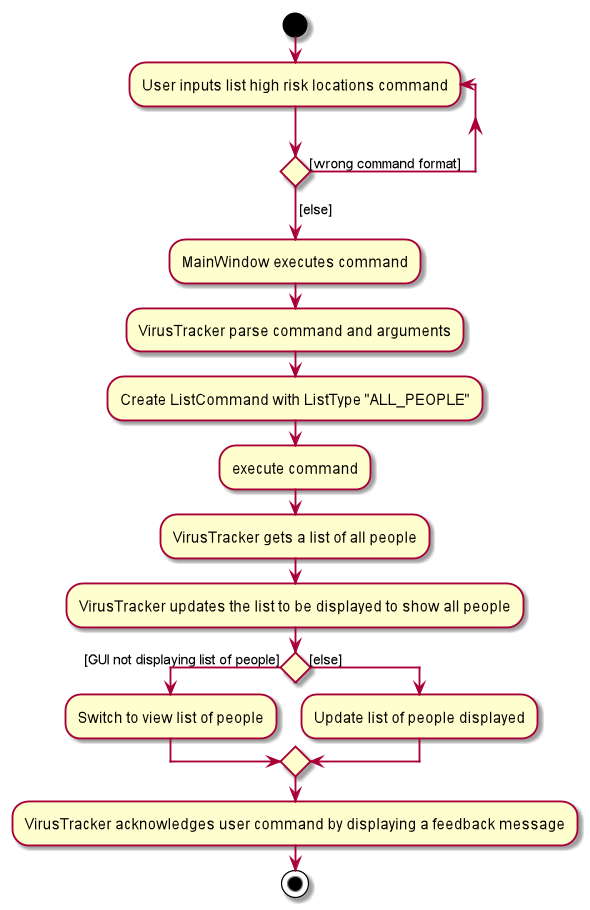
This is docs/images/DisplayListOfAllPeopleActivityDiagram.png from siangernlow/tp, a PlantUML export, as it was before one commit. Source of this version:
```plantuml
@startuml
start


repeat :User inputs list high risk locations command;
repeat while () is ([wrong command format])
->[else];

:MainWindow executes command;

:VirusTracker parse command and arguments;

:Create ListCommand with ListType "ALL_PEOPLE";

:execute command;

:VirusTracker gets a list of all people;

:VirusTracker updates the list to be displayed to show all people;

if () then ([GUI not displaying list of people])
    :Switch to view list of people;
else ([else])
    :Update list of people displayed;
endif

:VirusTracker acknowledges user command by displaying a feedback message;

stop

@enduml
```
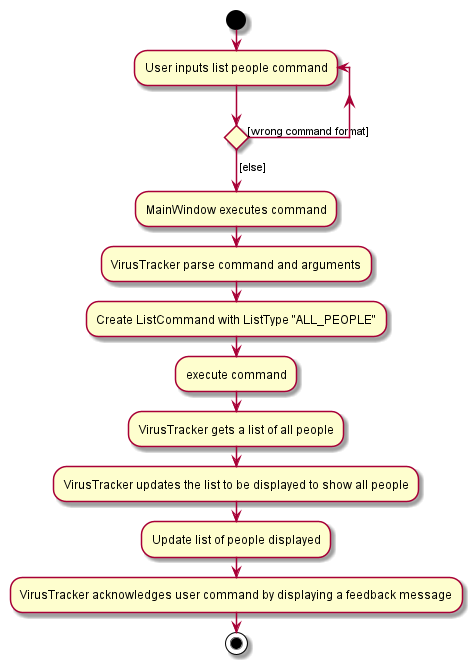
Later version of the same file.

Diff of the diagram source:
```diff
@@ -2,7 +2,7 @@
 start
 
 
-repeat :User inputs list high risk locations command;
+repeat :User inputs list people command;
 repeat while () is ([wrong command format])
 ->[else];
 
@@ -18,11 +18,7 @@
 
 :VirusTracker updates the list to be displayed to show all people;
 
-if () then ([GUI not displaying list of people])
-    :Switch to view list of people;
-else ([else])
-    :Update list of people displayed;
-endif
+:Update list of people displayed;
 
 :VirusTracker acknowledges user command by displaying a feedback message;
 
```
